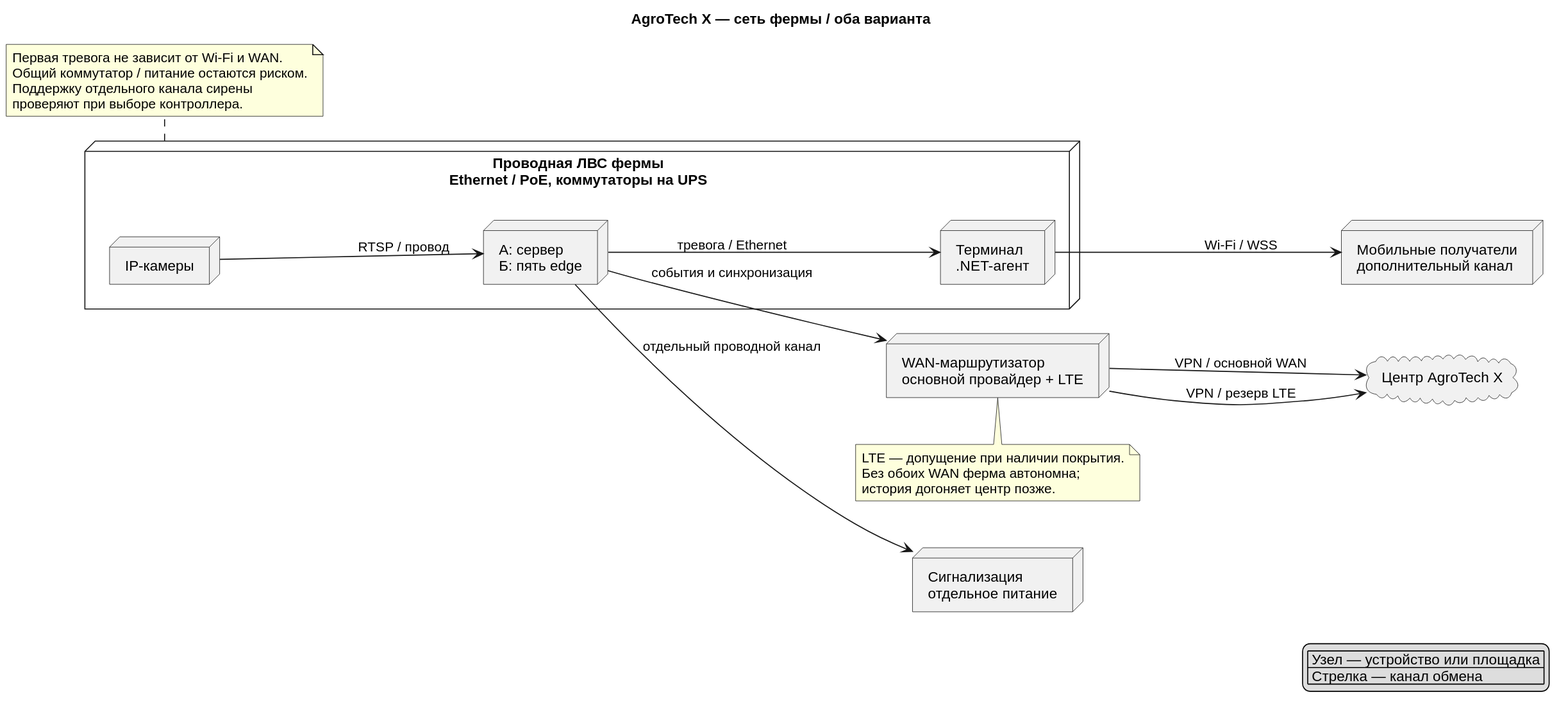
rozhkovsvyat/MSA-AgroTech keeps this PlantUML diagram as Task1/diagrams/network.svg. Above is the earlier version. Its diagram source:
```plantuml
@startuml
skinparam defaultFontName Arial
skinparam dpi 110
skinparam shadowing false
skinparam nodesep 45
skinparam ranksep 65
left to right direction
title AgroTech X — сеть фермы / оба варианта
node "Проводная ЛВС фермы\nEthernet / PoE, коммутаторы на UPS" as lan {
 node "IP-камеры" as cam
 node "А: сервер\nБ: пять edge" as cpu
 node "Терминал\n.NET-агент" as term
}
node "Сигнализация\nотдельное питание" as sound
node "Мобильные получатели\nдополнительный канал" as mobile
node "WAN-маршрутизатор\nосновной провайдер + LTE" as wan
cloud "Центр AgroTech X" as center
cam --> cpu : RTSP / провод
cpu --> term : тревога / Ethernet
cpu -down-> sound : отдельный проводной канал
term -down-> mobile : Wi-Fi / WSS
cpu -down-> wan : события и синхронизация
wan --> center : VPN / основной WAN
wan --> center : VPN / резерв LTE
note bottom of wan
LTE — допущение при наличии покрытия.
Без обоих WAN ферма автономна;
история догоняет центр позже.
end note
note bottom of lan
Первая тревога не зависит от Wi-Fi и WAN.
Общий коммутатор / питание остаются риском.
Поддержку отдельного канала сирены
проверяют при выборе контроллера.
end note
legend right
| Узел — устройство или площадка |
| Стрелка — канал обмена |
endlegend
@enduml
```
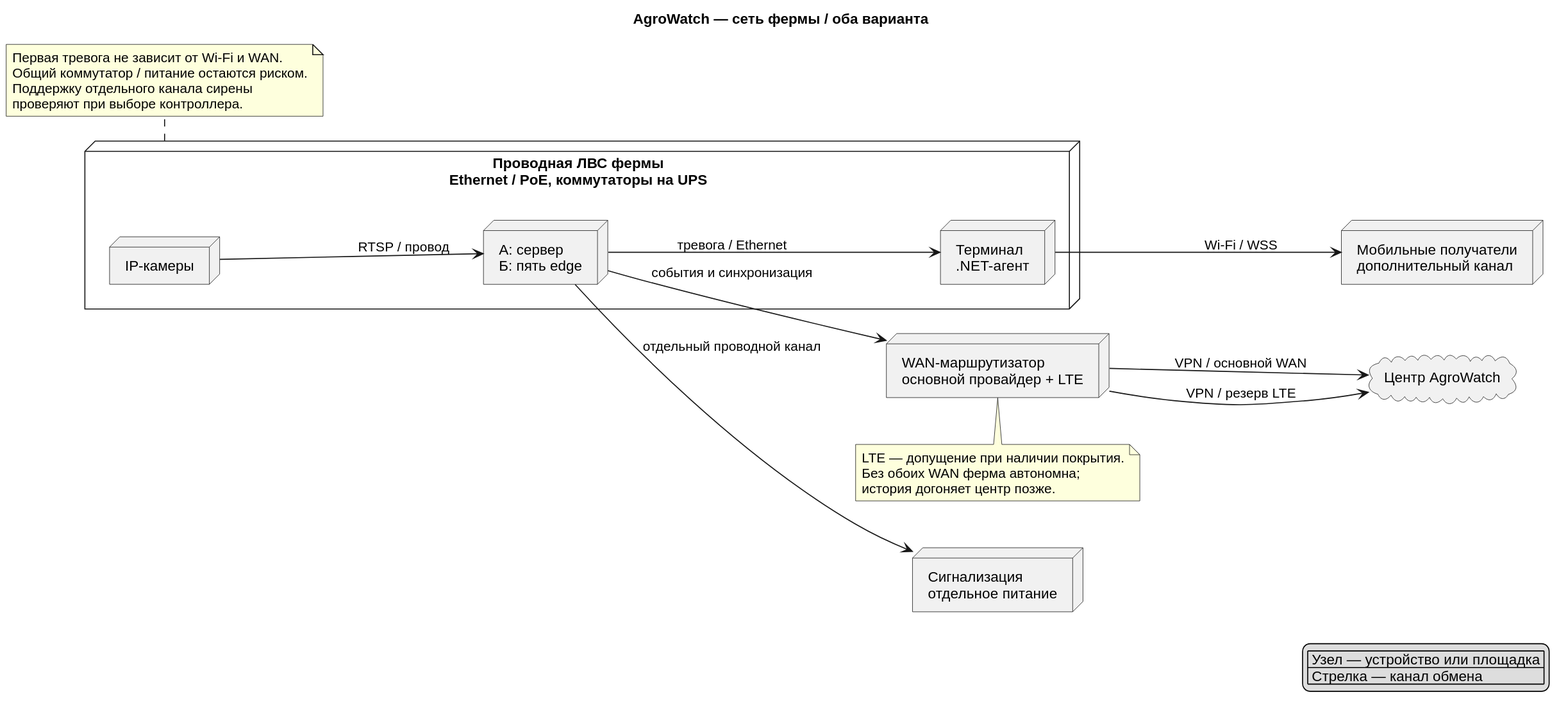
After the commit.

What changed in the source:
```diff
@@ -5,7 +5,7 @@
 skinparam nodesep 45
 skinparam ranksep 65
 left to right direction
-title AgroTech X — сеть фермы / оба варианта
+title AgroWatch — сеть фермы / оба варианта
 node "Проводная ЛВС фермы\nEthernet / PoE, коммутаторы на UPS" as lan {
  node "IP-камеры" as cam
  node "А: сервер\nБ: пять edge" as cpu
@@ -14,7 +14,7 @@
 node "Сигнализация\nотдельное питание" as sound
 node "Мобильные получатели\nдополнительный канал" as mobile
 node "WAN-маршрутизатор\nосновной провайдер + LTE" as wan
-cloud "Центр AgroTech X" as center
+cloud "Центр AgroWatch" as center
 cam --> cpu : RTSP / провод
 cpu --> term : тревога / Ethernet
 cpu -down-> sound : отдельный проводной канал
```
